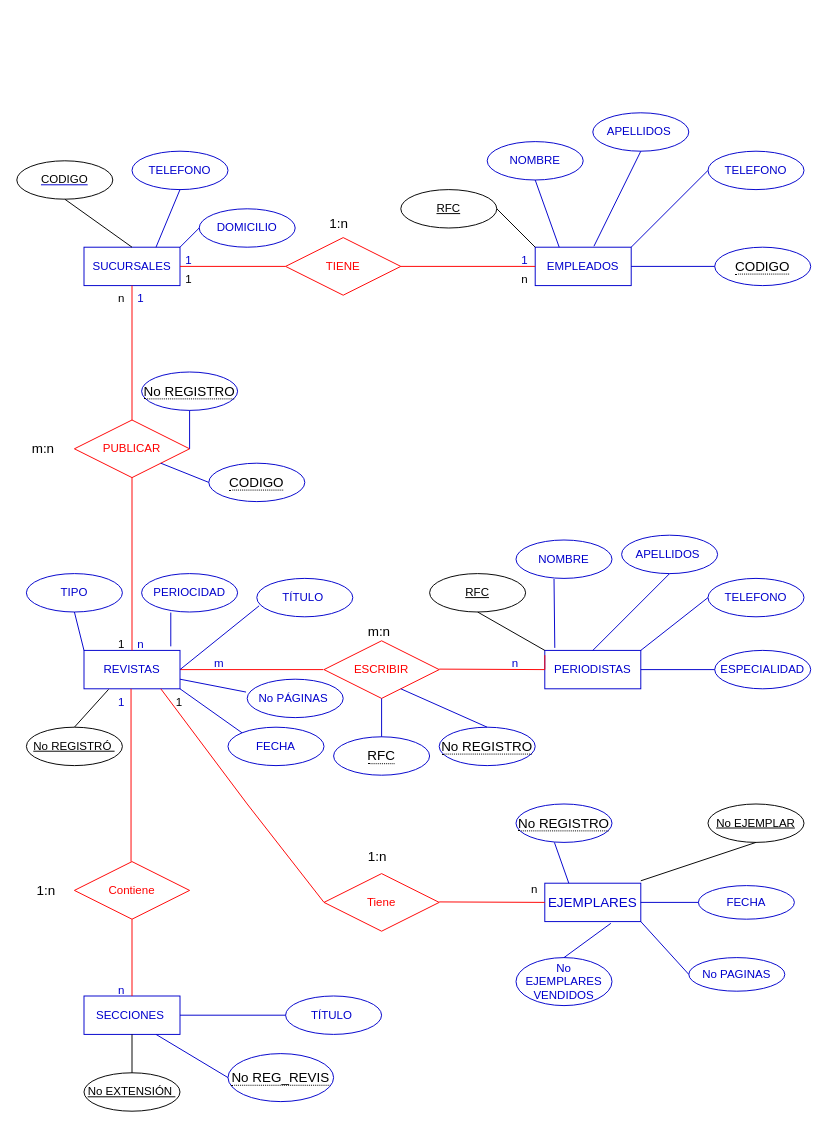
Earlier version of the draw.io diagram DIAGRAMAN/formularios.drawio (IVONNE80/BASE-DE-DATOS). Source tidied: cells renumbered, new cells numbered last; positions are measured from the earlier drawing's top-left corner, leaving out a move shared by most shapes. Both pictures are drawn from the tidied source at 96%, with x=0, y=0 at pixel (16, 112).
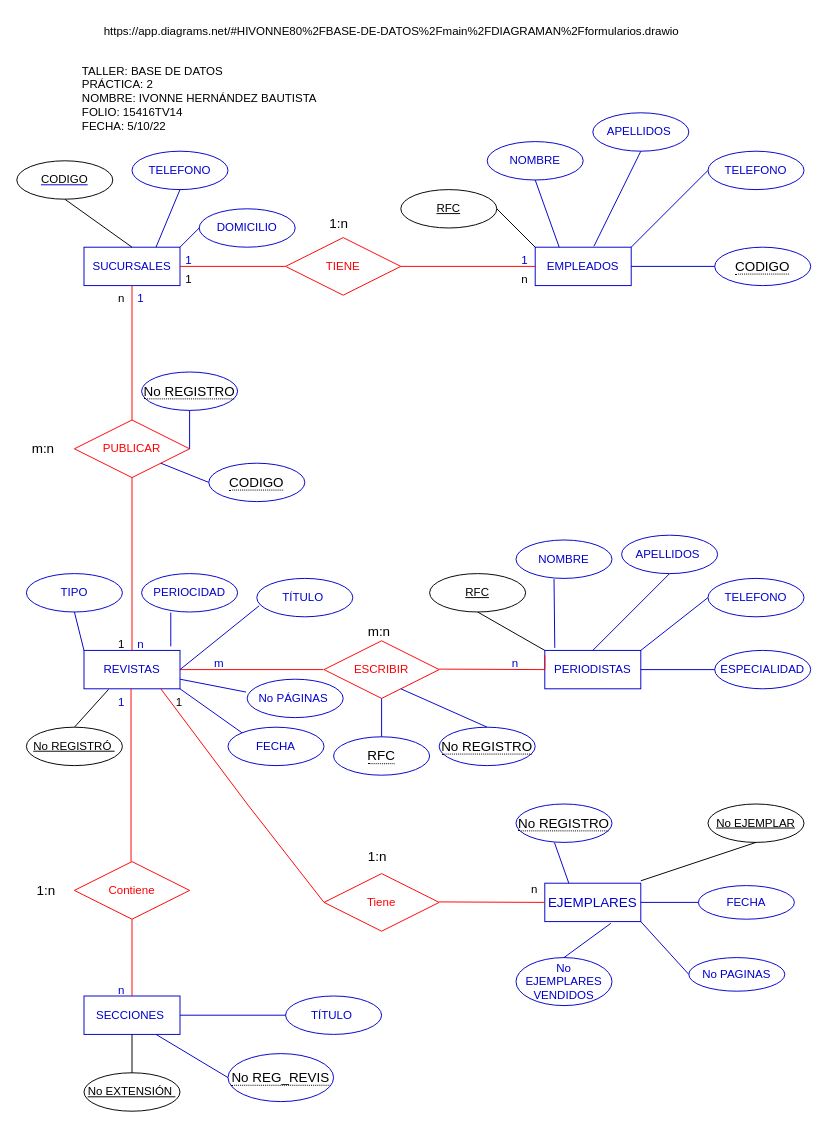
The same diagram, later.

Change to the diagram source:
```diff
@@
+    <mxCell id="106" value="&lt;div style=&quot;text-align: left;&quot;&gt;&lt;span style=&quot;background-color: initial;&quot;&gt;TALLER: BASE DE DATOS&lt;/span&gt;&lt;/div&gt;&lt;div style=&quot;text-align: left;&quot;&gt;&lt;span style=&quot;background-color: initial;&quot;&gt;PRÁCTICA: 2&lt;/span&gt;&lt;/div&gt;&lt;div style=&quot;text-align: left;&quot;&gt;&lt;span style=&quot;background-color: initial;&quot;&gt;NOMBRE: IVONNE HERNÁNDEZ BAUTISTA&lt;/span&gt;&lt;/div&gt;&lt;div style=&quot;text-align: left;&quot;&gt;&lt;span style=&quot;background-color: initial;&quot;&gt;FOLIO: 15416TV14&lt;/span&gt;&lt;/div&gt;&lt;div style=&quot;text-align: left;&quot;&gt;&lt;span style=&quot;background-color: initial;&quot;&gt;FECHA: 5/10/22&lt;/span&gt;&lt;/div&gt;" style="text;html=1;align=center;verticalAlign=middle;strokeColor=none;fillColor=none;" parent="1" vertex="1">
+      <mxGeometry x="55" y="-60" width="270" height="90" as="geometry" />
+    </mxCell>
+    <mxCell id="107" value="https://app.diagrams.net/#HIVONNE80%2FBASE-DE-DATOS%2Fmain%2FDIAGRAMAN%2Fformularios.drawio" style="text;html=1;align=center;verticalAlign=middle;strokeColor=none;fillColor=none;" parent="1" vertex="1">
+      <mxGeometry x="80" y="-100" width="620" height="30" as="geometry" />
+    </mxCell>
```
